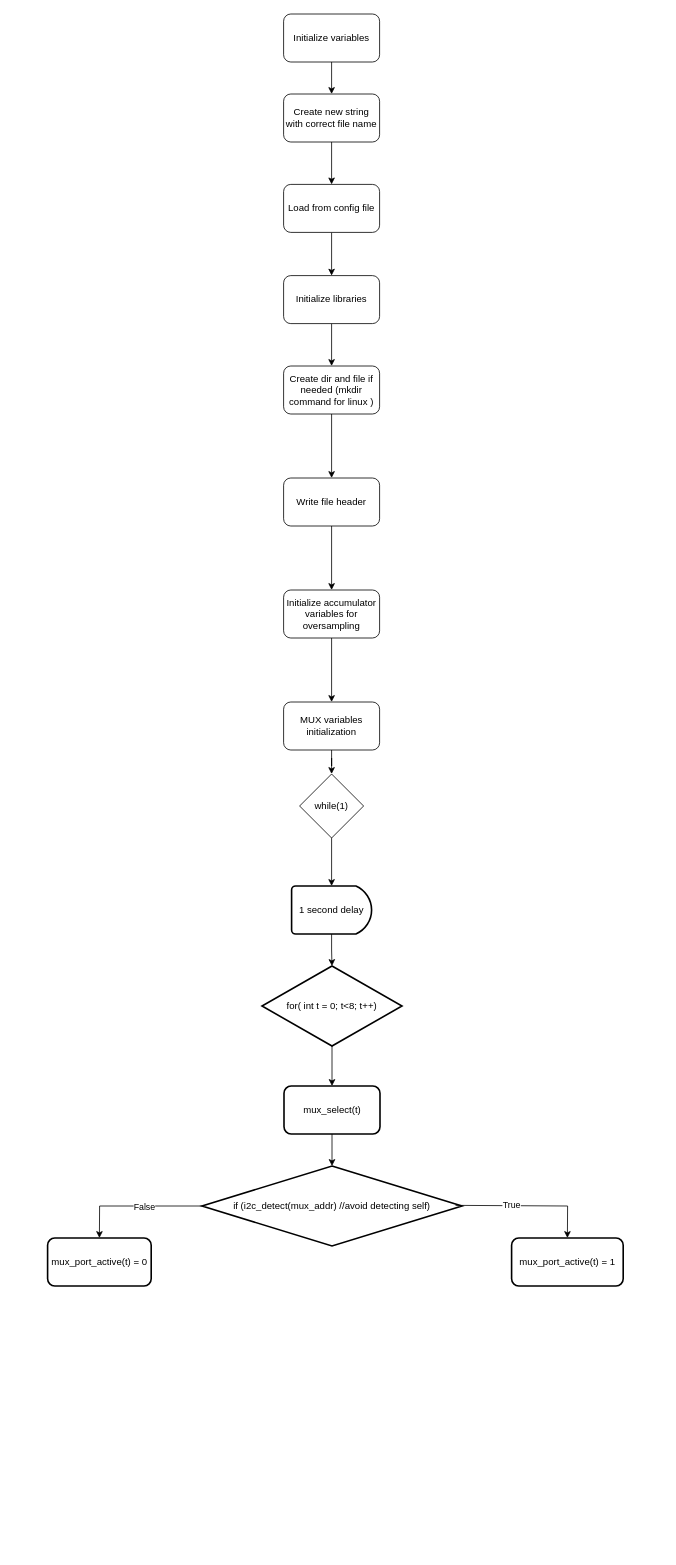
Civetz0/VOC_mux keeps this draw.io diagram as VOC_mux_flowchart.drawio. Above is the earlier version. Source tidied: cells renumbered, new cells numbered last; positions are measured from the earlier drawing's top-left corner, leaving out a move shared by most shapes. Both pictures are drawn from the tidied source at 80%, with x=0, y=0 at pixel (47, 14).
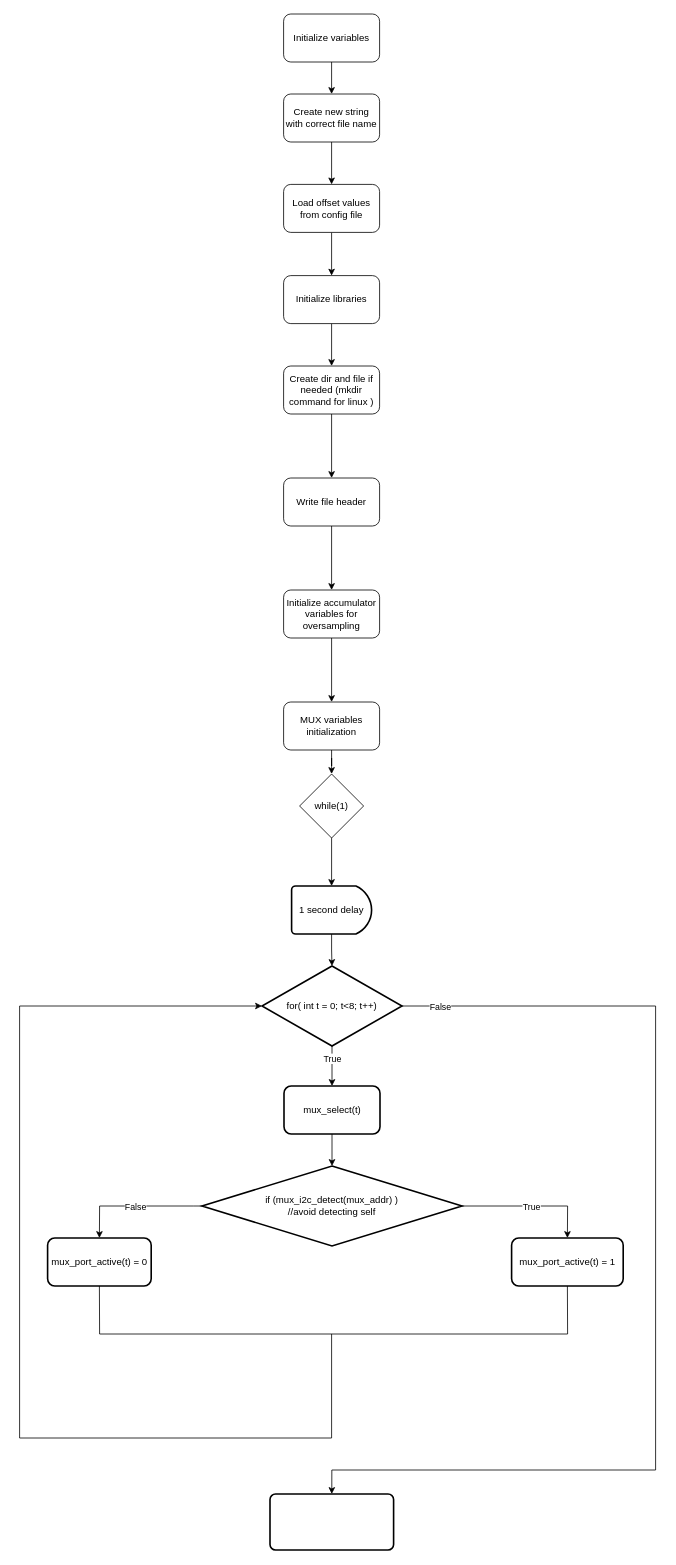
The same page after the edit.

The change refers to these unchanged cells:
```xml
<mxCell id="22" style="edgeStyle=orthogonalEdgeStyle;rounded=0;jettySize=auto;html=1;" parent="1" edge="1" source="23" target="25">
  <mxGeometry relative="1" as="geometry" />
</mxCell>
<mxCell id="23" value="for( int t = 0; t&amp;lt;8; t++)" style="strokeWidth=2;html=1;shape=mxgraph.flowchart.decision;whiteSpace=wrap;" parent="1" vertex="1">
  <mxGeometry x="268" y="1190" width="175" height="100" as="geometry" />
</mxCell>
<mxCell id="27" value="mux_port_active(t) = 1" style="rounded=1;whiteSpace=wrap;html=1;strokeWidth=2;" parent="1" vertex="1">
  <mxGeometry x="580" y="1530" width="139.5" height="60" as="geometry" />
</mxCell>
<mxCell id="28" value="mux_port_active(t) = 0" style="rounded=1;whiteSpace=wrap;html=1;strokeWidth=2;" parent="1" vertex="1">
  <mxGeometry y="1530" width="129.5" height="60" as="geometry" />
</mxCell>
```

What changed in the source:
```diff
@@
-    <mxCell id="7" value="Load from config file" style="rounded=1;whiteSpace=wrap;html=1;" parent="1" vertex="1">
+    <mxCell id="7" value="Load offset values from config file" style="rounded=1;whiteSpace=wrap;html=1;" parent="1" vertex="1">
       <mxGeometry x="295" y="213" width="120" height="60" as="geometry" />
     </mxCell>
@@
+    <mxCell id="32" value="True" style="edgeLabel;html=1;align=center;verticalAlign=middle;" parent="22" vertex="1">
+      <mxGeometry x="-0.4" relative="1" as="geometry" />
+    </mxCell>
+    <mxCell id="33" style="edgeStyle=orthogonalEdgeStyle;rounded=0;jettySize=auto;html=1;entryX=0;entryY=0.5;entryDx=0;entryDy=0;entryPerimeter=0;" parent="1" edge="1" target="23">
+      <mxGeometry relative="1" as="geometry">
+        <mxPoint x="355" y="1650" as="sourcePoint" />
+        <Array as="points">
+          <mxPoint x="355" y="1780" />
+          <mxPoint x="-35" y="1780" />
+          <mxPoint x="-35" y="1240" />
+        </Array>
+      </mxGeometry>
+    </mxCell>
+    <mxCell id="34" style="edgeStyle=orthogonalEdgeStyle;rounded=0;jettySize=auto;html=1;exitX=1;exitY=0.5;exitDx=0;exitDy=0;exitPerimeter=0;entryX=0.5;entryY=0;entryDx=0;entryDy=0;" parent="1" edge="1" source="23" target="39">
+      <mxGeometry relative="1" as="geometry">
+        <Array as="points">
+          <mxPoint x="760" y="1240" />
+          <mxPoint x="760" y="1820" />
+          <mxPoint x="355" y="1820" />
+        </Array>
+      </mxGeometry>
+    </mxCell>
+    <mxCell id="30" value="False" style="edgeLabel;html=1;align=center;verticalAlign=middle;" parent="34" vertex="1">
+      <mxGeometry x="-0.93" y="-1" relative="1" as="geometry" />
+    </mxCell>
@@
-    <mxCell id="26" value="if (i2c_detect(mux_addr) //avoid detecting self)" style="strokeWidth=2;html=1;shape=mxgraph.flowchart.decision;whiteSpace=wrap;" parent="1" vertex="1">
+    <mxCell id="26" value="if (mux_i2c_detect(mux_addr) )&lt;div&gt;//avoid detecting self&lt;/div&gt;" style="strokeWidth=2;html=1;shape=mxgraph.flowchart.decision;whiteSpace=wrap;" parent="1" vertex="1">
       <mxGeometry x="193" y="1440" width="325" height="100" as="geometry" />
     </mxCell>
@@
+    <mxCell id="31" style="endArrow=classic;html=1;rounded=0;exitX=1;exitY=0.5;exitDx=0;exitDy=0;exitPerimeter=0;entryX=0.5;entryY=0;entryDx=0;entryDy=0;" parent="1" edge="1" source="26" target="27">
+      <mxGeometry relative="1" as="geometry">
+        <Array as="points">
+          <mxPoint x="650" y="1490" />
+        </Array>
+      </mxGeometry>
+    </mxCell>
+    <mxCell id="35" value="True" style="edgeLabel;html=1;align=center;verticalAlign=middle;" parent="31" vertex="1">
+      <mxGeometry relative="1" as="geometry" />
+    </mxCell>
-    <mxCell id="29" style="endArrow=classic;html=1;rounded=0;exitX=0;exitY=0.5;exitDx=0;exitDy=0;exitPerimeter=0;entryX=0.5;entryY=0;entryDx=0;entryDy=0;" parent="1" edge="1" source="26" target="28">
+    <mxCell id="29" style="endArrow=classic;html=1;rounded=0;entryX=0.5;entryY=0;entryDx=0;entryDy=0;exitX=0;exitY=0.5;exitDx=0;exitDy=0;exitPerimeter=0;" parent="1" edge="1" source="26" target="28">
       <mxGeometry relative="1" as="geometry">
         <Array as="points">
+          <mxPoint x="182" y="1490" />
           <mxPoint x="65" y="1490" />
         </Array>
       </mxGeometry>
     </mxCell>
-    <mxCell id="30" value="False" style="edgeLabel;html=1;align=center;verticalAlign=middle;" parent="29" vertex="1">
-      <mxGeometry x="-0.13" relative="1" as="geometry" />
-    </mxCell>
-    <mxCell id="31" style="endArrow=classic;html=1;rounded=0;exitX=0.975;exitY=0.492;exitDx=0;exitDy=0;exitPerimeter=0;entryX=0.5;entryY=0;entryDx=0;entryDy=0;" parent="1" edge="1" source="26" target="27">
-      <mxGeometry relative="1" as="geometry">
-        <Array as="points">
-          <mxPoint x="650" y="1490" />
-        </Array>
-      </mxGeometry>
-    </mxCell>
-    <mxCell id="32" value="True" style="edgeLabel;html=1;align=center;verticalAlign=middle;" parent="31" vertex="1">
-      <mxGeometry x="-0.22" y="1" relative="1" as="geometry" />
-    </mxCell>
+    <mxCell id="36" value="False" style="edgeLabel;html=1;align=center;verticalAlign=middle;" parent="29" vertex="1">
+      <mxGeometry relative="1" as="geometry" />
+    </mxCell>
+    <mxCell id="37" style="endArrow=none;html=1;rounded=0;exitX=0.5;exitY=1;exitDx=0;exitDy=0;" parent="1" edge="1" source="28">
+      <mxGeometry relative="1" as="geometry">
+        <mxPoint x="355.2" y="1650" as="targetPoint" />
+        <Array as="points">
+          <mxPoint x="65" y="1650" />
+        </Array>
+      </mxGeometry>
+    </mxCell>
+    <mxCell id="38" style="endArrow=none;html=1;rounded=0;exitX=0.5;exitY=1;exitDx=0;exitDy=0;entryX=0.5;entryY=1;entryDx=0;entryDy=0;" parent="1" edge="1" target="27">
+      <mxGeometry relative="1" as="geometry">
+        <mxPoint x="355" y="1650" as="sourcePoint" />
+        <Array as="points">
+          <mxPoint x="650" y="1650" />
+        </Array>
+      </mxGeometry>
+    </mxCell>
+    <mxCell id="39" style="rounded=1;whiteSpace=wrap;html=1;absoluteArcSize=1;arcSize=14;strokeWidth=2;" parent="1" vertex="1">
+      <mxGeometry x="278" y="1850" width="154.5" height="70" as="geometry" />
+    </mxCell>
```
